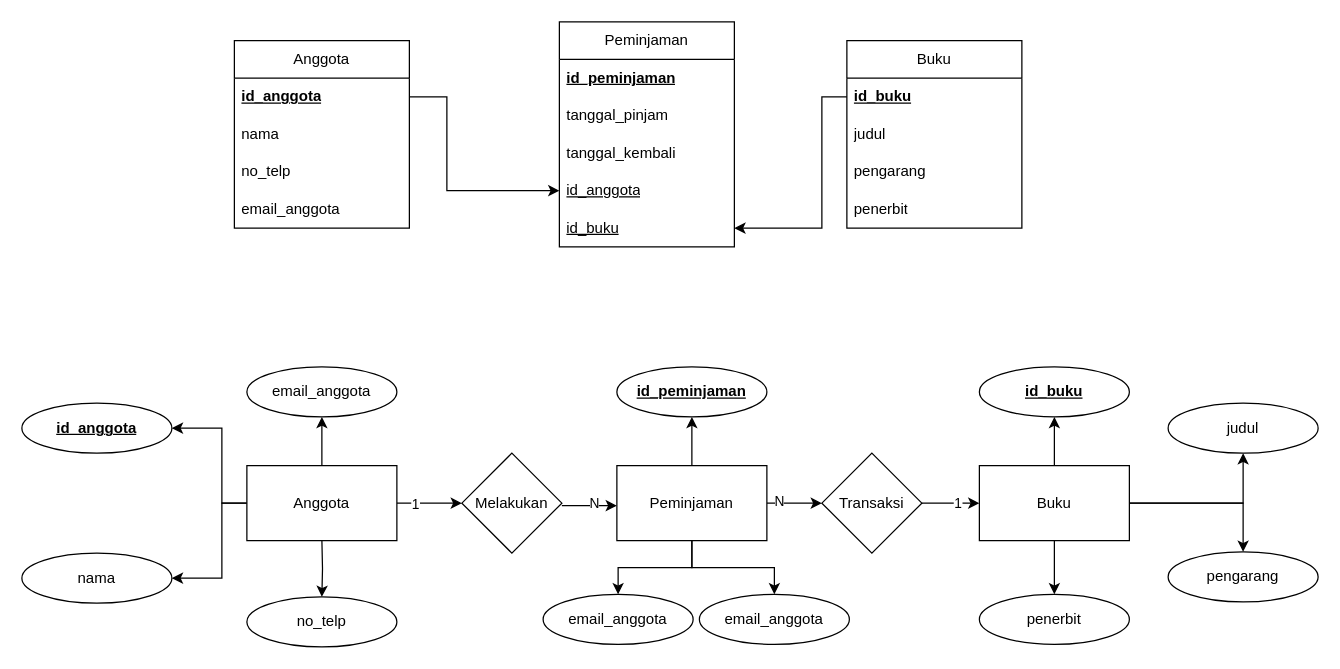
Above: erd.drawio in alimlum/Final-SIsdig---Seven-Segment-Display (draw.io), before the change. Source tidied: cells renumbered, new cells numbered last; positions are measured from the earlier drawing's top-left corner, leaving out a move shared by most shapes. Both pictures are drawn from the tidied source at 125%, with x=0, y=0 at pixel (21, 21).
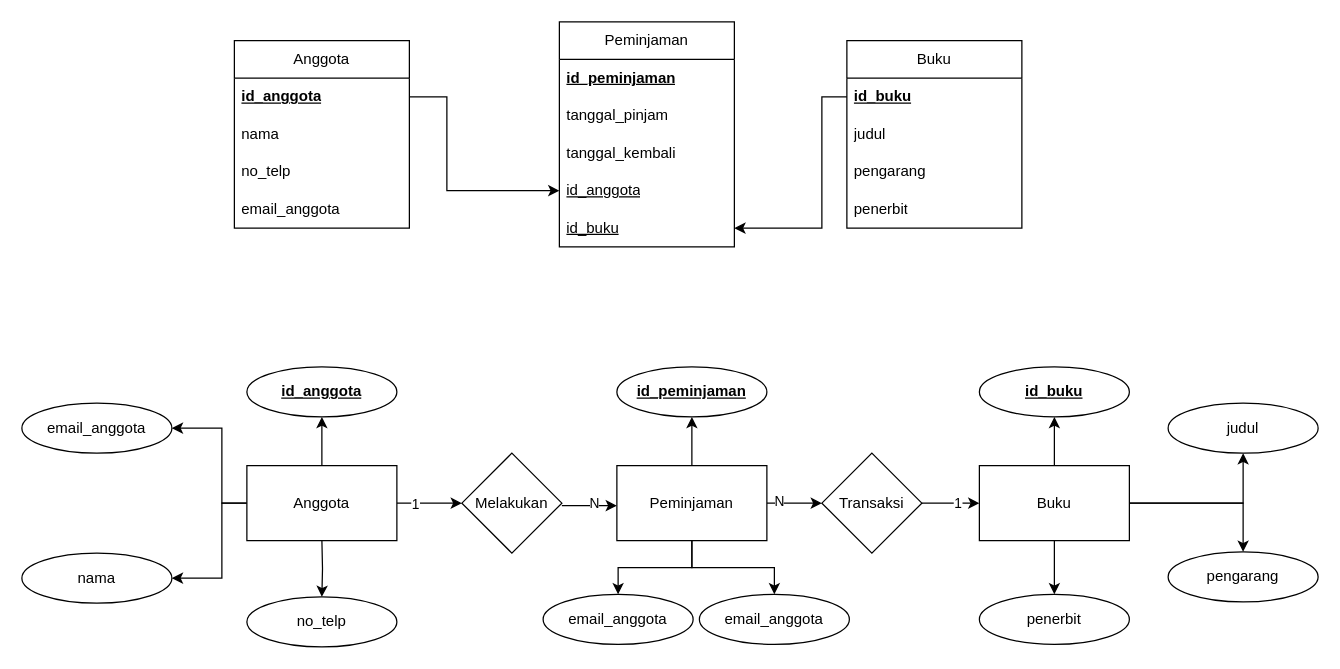
Above is the later version.

Change to the diagram source:
```diff
@@
-    <mxCell id="38" value="&lt;b&gt;&lt;u&gt;id_anggota&lt;/u&gt;&lt;/b&gt;" style="ellipse;whiteSpace=wrap;html=1;" parent="1" vertex="1">
+    <mxCell id="38" value="email_anggota" style="ellipse;whiteSpace=wrap;html=1;" parent="1" vertex="1">
       <mxGeometry y="305" width="120" height="40" as="geometry" />
     </mxCell>
@@
-    <mxCell id="41" value="email_anggota" style="ellipse;whiteSpace=wrap;html=1;" parent="1" vertex="1">
+    <mxCell id="41" value="&lt;b&gt;&lt;u&gt;id_anggota&lt;/u&gt;&lt;/b&gt;" style="ellipse;whiteSpace=wrap;html=1;" parent="1" vertex="1">
       <mxGeometry x="180" y="276" width="120" height="40" as="geometry" />
     </mxCell>
```
